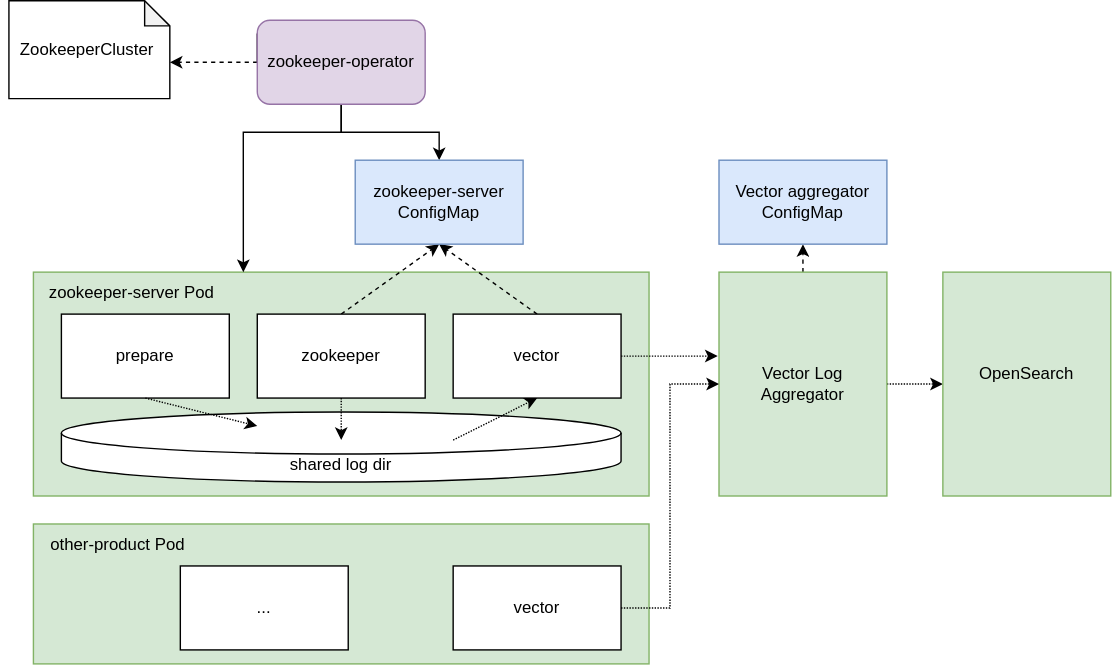
The draw.io diagram modules/concepts/images/logging_architecture.drawio.svg in stackabletech/documentation, before a commit. Source tidied: cells renumbered, new cells last; positions are measured from the earlier drawing's top-left corner, leaving out a move shared by most shapes.
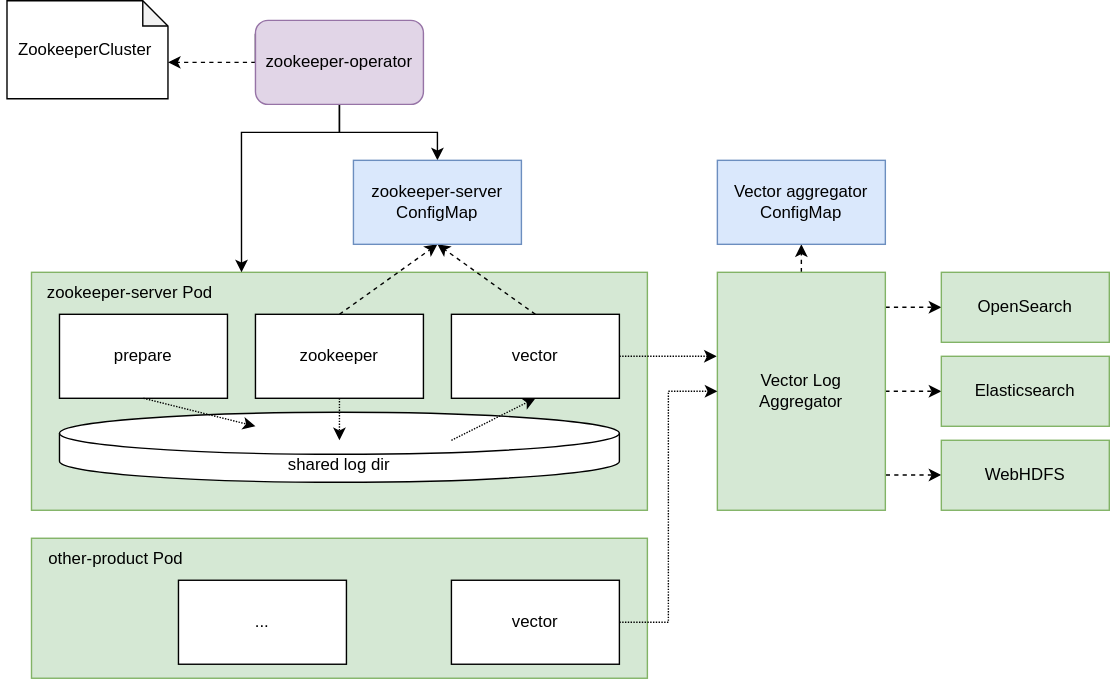
The same file after the commit.

Diff of the diagram source:
```diff
@@ -3,7 +3,7 @@
     <mxCell id="0" />
     <mxCell id="1" parent="0" />
     <mxCell id="2" style="rounded=0;whiteSpace=wrap;html=1;fillColor=#d5e8d4;strokeColor=#82b366;" parent="1" vertex="1">
-      <mxGeometry x="22" y="194" width="440" height="160" as="geometry" />
+      <mxGeometry x="22" y="194" width="440" height="170" as="geometry" />
     </mxCell>
     <mxCell id="3" style="rounded=0;jettySize=auto;html=1;entryX=0.5;entryY=1;entryDx=0;entryDy=0;dashed=1;exitX=0.5;exitY=0;exitDx=0;exitDy=0;" parent="1" edge="1" source="4" target="15">
       <mxGeometry relative="1" as="geometry" />
@@ -14,7 +14,7 @@
     <mxCell id="5" value="prepare" style="rounded=0;whiteSpace=wrap;html=1;" parent="1" vertex="1">
       <mxGeometry x="42" y="224" width="120" height="60" as="geometry" />
     </mxCell>
-    <mxCell id="6" style="rounded=0;jettySize=auto;html=1;exitX=1;exitY=0.5;exitDx=0;exitDy=0;entryX=-0.008;entryY=0.375;entryDx=0;entryDy=0;dashed=1;dashPattern=1 1;entryPerimeter=0;" parent="1" edge="1" source="8" target="24">
+    <mxCell id="6" style="rounded=0;jettySize=auto;html=1;exitX=1;exitY=0.5;exitDx=0;exitDy=0;entryX=-0.004;entryY=0.353;entryDx=0;entryDy=0;dashed=1;dashPattern=1 1;entryPerimeter=0;" parent="1" edge="1" source="8" target="24">
       <mxGeometry relative="1" as="geometry" />
     </mxCell>
     <mxCell id="7" style="edgeStyle=none;rounded=0;jettySize=auto;html=1;entryX=0.5;entryY=1;entryDx=0;entryDy=0;dashed=1;exitX=0.5;exitY=0;exitDx=0;exitDy=0;" parent="1" edge="1" source="8" target="15">
@@ -74,39 +74,47 @@
     <mxCell id="21" value="ZookeeperCluster" style="text;html=1;align=center;verticalAlign=middle;strokeColor=none;fillColor=none;" parent="1" vertex="1">
       <mxGeometry x="-0.5" y="20" width="120" height="30" as="geometry" />
     </mxCell>
+    <mxCell id="23" style="edgeStyle=none;rounded=0;jettySize=auto;html=1;exitX=0.5;exitY=0;exitDx=0;exitDy=0;entryX=0.5;entryY=1;entryDx=0;entryDy=0;dashed=1;" parent="1" edge="1" source="24" target="26">
+      <mxGeometry relative="1" as="geometry" />
+    </mxCell>
-    <mxCell id="22" style="edgeStyle=none;rounded=0;jettySize=auto;html=1;exitX=1;exitY=0.5;exitDx=0;exitDy=0;entryX=0;entryY=0.5;entryDx=0;entryDy=0;dashed=1;dashPattern=1 1;" parent="1" edge="1" source="24" target="25">
-      <mxGeometry relative="1" as="geometry">
-        <Array as="points">
-          <mxPoint x="642" y="274" />
-        </Array>
-      </mxGeometry>
+    <mxCell id="22" style="edgeStyle=orthogonalEdgeStyle;rounded=0;jettySize=auto;html=1;exitX=1.001;exitY=0.147;exitDx=0;exitDy=0;exitPerimeter=0;dashed=1;" parent="1" edge="1" source="24" target="25">
+      <mxGeometry relative="1" as="geometry" />
     </mxCell>
-    <mxCell id="23" style="edgeStyle=none;rounded=0;jettySize=auto;html=1;exitX=0.5;exitY=0;exitDx=0;exitDy=0;entryX=0.5;entryY=1;entryDx=0;entryDy=0;dashed=1;" parent="1" edge="1" source="24" target="26">
-      <mxGeometry relative="1" as="geometry" />
-    </mxCell>
+    <mxCell id="32" style="edgeStyle=orthogonalEdgeStyle;rounded=0;jettySize=auto;html=1;entryX=0;entryY=0.5;entryDx=0;entryDy=0;dashed=1;" parent="1" edge="1" source="24" target="34">
+      <mxGeometry relative="1" as="geometry" />
+    </mxCell>
+    <mxCell id="33" style="edgeStyle=orthogonalEdgeStyle;rounded=0;jettySize=auto;html=1;entryX=0;entryY=0.5;entryDx=0;entryDy=0;exitX=1.003;exitY=0.852;exitDx=0;exitDy=0;exitPerimeter=0;dashed=1;" parent="1" edge="1" source="24" target="35">
+      <mxGeometry relative="1" as="geometry" />
+    </mxCell>
     <mxCell id="24" value="Vector Log Aggregator" style="rounded=0;whiteSpace=wrap;html=1;fillColor=#d5e8d4;strokeColor=#82b366;" parent="1" vertex="1">
-      <mxGeometry x="512" y="194" width="120" height="160" as="geometry" />
+      <mxGeometry x="512" y="194" width="120" height="170" as="geometry" />
     </mxCell>
-    <mxCell id="25" value="&lt;div&gt;OpenSearch&lt;/div&gt;&lt;div&gt;&lt;br&gt;&lt;/div&gt;" style="rounded=0;whiteSpace=wrap;html=1;fillColor=#d5e8d4;strokeColor=#82b366;" parent="1" vertex="1">
-      <mxGeometry x="672" y="194" width="120" height="160" as="geometry" />
+    <mxCell id="25" value="OpenSearch" style="rounded=0;whiteSpace=wrap;html=1;fillColor=#d5e8d4;strokeColor=#82b366;" parent="1" vertex="1">
+      <mxGeometry x="672" y="194" width="120" height="50" as="geometry" />
     </mxCell>
     <mxCell id="26" value="&lt;div&gt;Vector aggregator&lt;/div&gt;&lt;div&gt;ConfigMap&lt;br&gt;&lt;/div&gt;" style="rounded=0;whiteSpace=wrap;html=1;fillColor=#dae8fc;strokeColor=#6c8ebf;" parent="1" vertex="1">
       <mxGeometry x="512" y="114" width="120" height="60" as="geometry" />
     </mxCell>
     <mxCell id="27" style="rounded=0;whiteSpace=wrap;html=1;fillColor=#d5e8d4;strokeColor=#82b366;" parent="1" vertex="1">
-      <mxGeometry x="22" y="374" width="440" height="100" as="geometry" />
+      <mxGeometry x="22" y="384" width="440" height="100" as="geometry" />
     </mxCell>
     <mxCell id="28" value="vector" style="rounded=0;whiteSpace=wrap;html=1;" parent="1" vertex="1">
-      <mxGeometry x="322" y="404" width="120" height="60" as="geometry" />
+      <mxGeometry x="322" y="414" width="120" height="60" as="geometry" />
     </mxCell>
     <mxCell id="29" value="other-product Pod" style="text;html=1;align=center;verticalAlign=middle;strokeColor=none;fillColor=none;" parent="1" vertex="1">
-      <mxGeometry x="22" y="374" width="120" height="30" as="geometry" />
+      <mxGeometry x="22" y="384" width="120" height="30" as="geometry" />
     </mxCell>
     <mxCell id="30" value="..." style="rounded=0;whiteSpace=wrap;html=1;" parent="1" vertex="1">
-      <mxGeometry x="127" y="404" width="120" height="60" as="geometry" />
+      <mxGeometry x="127" y="414" width="120" height="60" as="geometry" />
     </mxCell>
     <mxCell id="31" style="edgeStyle=orthogonalEdgeStyle;rounded=0;jettySize=auto;html=1;entryX=0;entryY=0.5;entryDx=0;entryDy=0;dashed=1;dashPattern=1 1;exitX=1;exitY=0.5;exitDx=0;exitDy=0;" parent="1" edge="1" source="28" target="24">
       <mxGeometry relative="1" as="geometry" />
     </mxCell>
+    <mxCell id="34" value="Elasticsearch" style="rounded=0;whiteSpace=wrap;html=1;fillColor=#d5e8d4;strokeColor=#82b366;" parent="1" vertex="1">
+      <mxGeometry x="672" y="254" width="120" height="50" as="geometry" />
+    </mxCell>
+    <mxCell id="35" value="WebHDFS" style="rounded=0;whiteSpace=wrap;html=1;fillColor=#d5e8d4;strokeColor=#82b366;" parent="1" vertex="1">
+      <mxGeometry x="672" y="314" width="120" height="50" as="geometry" />
+    </mxCell>
   </root>
 </mxGraphModel>
```
